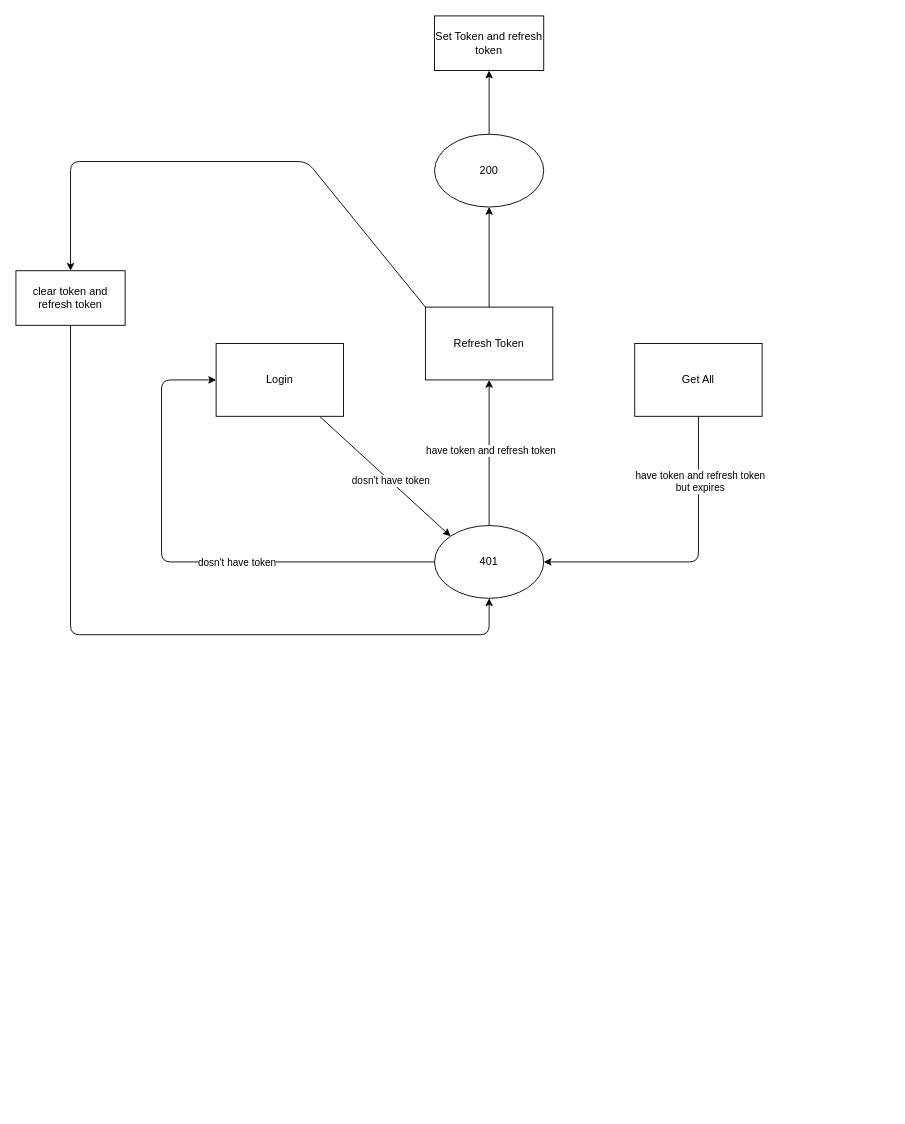
sherifdahy/Manaraa-University-Management-System keeps this draw.io diagram as Working file/auth-design.drawio. Above is the earlier version. Source tidied: cells renumbered, new cells numbered last; positions are measured from the earlier drawing's top-left corner, leaving out a move shared by most shapes. Both pictures are drawn from the tidied source at 91%, with x=0, y=0 at pixel (15, 15).
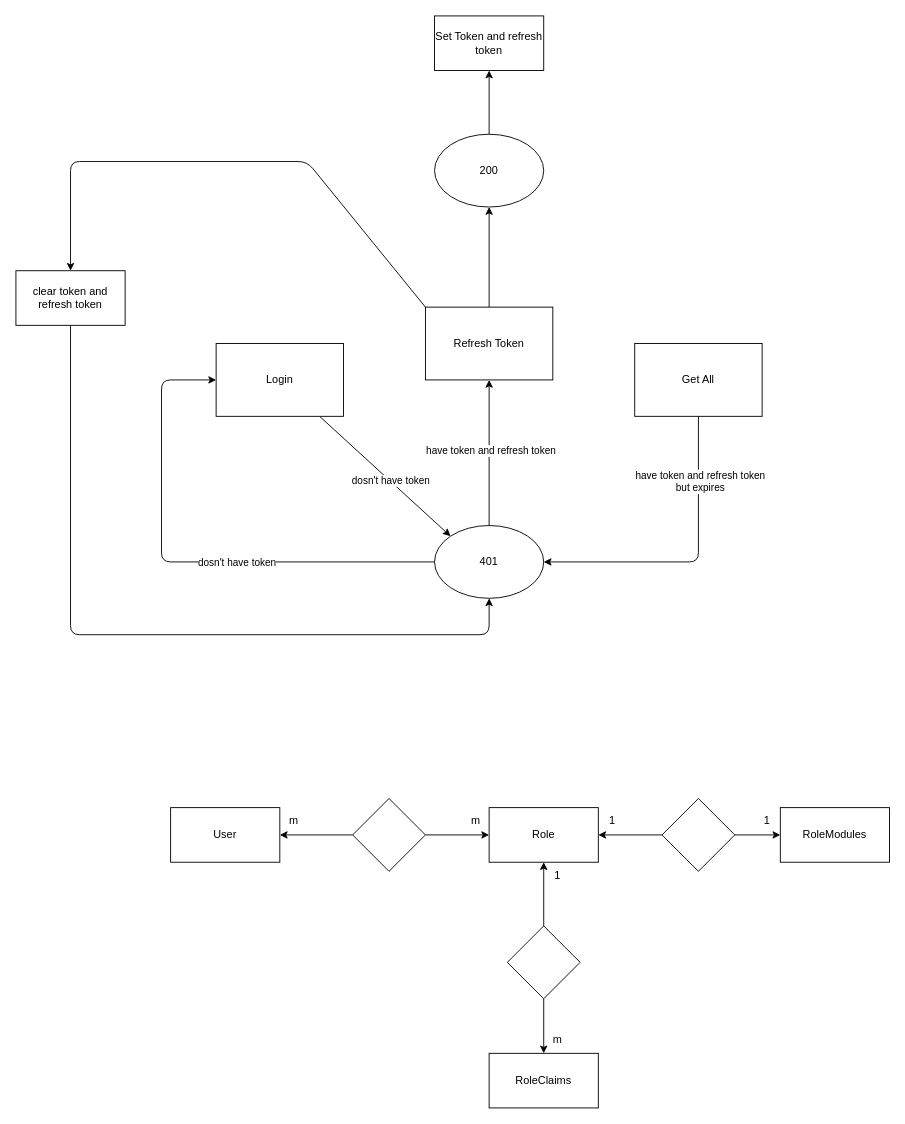
Above is the later version.

Change to the diagram source:
```diff
@@
+    <mxCell id="21" value="User" style="rounded=0;whiteSpace=wrap;html=1;" parent="1" vertex="1">
+      <mxGeometry x="170" y="870" width="120" height="60" as="geometry" />
+    </mxCell>
+    <mxCell id="22" value="Role" style="rounded=0;whiteSpace=wrap;html=1;" parent="1" vertex="1">
+      <mxGeometry x="520" y="870" width="120" height="60" as="geometry" />
+    </mxCell>
+    <mxCell id="23" style="edgeStyle=none;html=1;entryX=0;entryY=0.5;entryDx=0;entryDy=0;" parent="1" edge="1" source="25" target="22">
+      <mxGeometry relative="1" as="geometry" />
+    </mxCell>
+    <mxCell id="24" style="edgeStyle=none;html=1;entryX=1;entryY=0.5;entryDx=0;entryDy=0;" parent="1" edge="1" source="25" target="21">
+      <mxGeometry relative="1" as="geometry" />
+    </mxCell>
+    <mxCell id="25" style="rhombus;whiteSpace=wrap;html=1;" parent="1" vertex="1">
+      <mxGeometry x="370" y="860" width="80" height="80" as="geometry" />
+    </mxCell>
+    <mxCell id="26" value="RoleClaims" style="rounded=0;whiteSpace=wrap;html=1;" parent="1" vertex="1">
+      <mxGeometry x="520" y="1140" width="120" height="60" as="geometry" />
+    </mxCell>
+    <mxCell id="27" style="edgeStyle=none;html=1;entryX=0.5;entryY=0;entryDx=0;entryDy=0;" parent="1" edge="1" source="29" target="26">
+      <mxGeometry relative="1" as="geometry" />
+    </mxCell>
+    <mxCell id="28" style="edgeStyle=none;html=1;entryX=0.5;entryY=1;entryDx=0;entryDy=0;" parent="1" edge="1" source="29" target="22">
+      <mxGeometry relative="1" as="geometry" />
+    </mxCell>
+    <mxCell id="29" style="rhombus;whiteSpace=wrap;html=1;" parent="1" vertex="1">
+      <mxGeometry x="540" y="1000" width="80" height="80" as="geometry" />
+    </mxCell>
+    <mxCell id="30" value="m" style="text;html=1;align=center;verticalAlign=middle;strokeColor=none;fillColor=none;" parent="1" vertex="1">
+      <mxGeometry x="290" y="870" width="30" height="30" as="geometry" />
+    </mxCell>
+    <mxCell id="31" value="m" style="text;html=1;align=center;verticalAlign=middle;strokeColor=none;fillColor=none;" parent="1" vertex="1">
+      <mxGeometry x="490" y="870" width="30" height="30" as="geometry" />
+    </mxCell>
+    <mxCell id="32" value="1" style="text;html=1;align=center;verticalAlign=middle;strokeColor=none;fillColor=none;" parent="1" vertex="1">
+      <mxGeometry x="580" y="930" width="30" height="30" as="geometry" />
+    </mxCell>
+    <mxCell id="33" value="m" style="text;html=1;align=center;verticalAlign=middle;strokeColor=none;fillColor=none;" parent="1" vertex="1">
+      <mxGeometry x="580" y="1110" width="30" height="30" as="geometry" />
+    </mxCell>
+    <mxCell id="34" value="RoleModules" style="rounded=0;whiteSpace=wrap;html=1;" parent="1" vertex="1">
+      <mxGeometry x="840" y="870" width="120" height="60" as="geometry" />
+    </mxCell>
+    <mxCell id="35" style="edgeStyle=none;html=1;entryX=0;entryY=0.5;entryDx=0;entryDy=0;" parent="1" edge="1" source="37" target="34">
+      <mxGeometry relative="1" as="geometry" />
+    </mxCell>
+    <mxCell id="36" style="edgeStyle=none;html=1;entryX=1;entryY=0.5;entryDx=0;entryDy=0;" parent="1" edge="1" source="37" target="22">
+      <mxGeometry relative="1" as="geometry" />
+    </mxCell>
+    <mxCell id="37" style="rhombus;whiteSpace=wrap;html=1;" parent="1" vertex="1">
+      <mxGeometry x="710" y="860" width="80" height="80" as="geometry" />
+    </mxCell>
+    <mxCell id="38" value="1" style="text;html=1;align=center;verticalAlign=middle;strokeColor=none;fillColor=none;" parent="1" vertex="1">
+      <mxGeometry x="640" y="870" width="30" height="30" as="geometry" />
+    </mxCell>
+    <mxCell id="39" value="1" style="text;html=1;align=center;verticalAlign=middle;strokeColor=none;fillColor=none;" parent="1" vertex="1">
+      <mxGeometry x="810" y="870" width="30" height="30" as="geometry" />
+    </mxCell>
```
